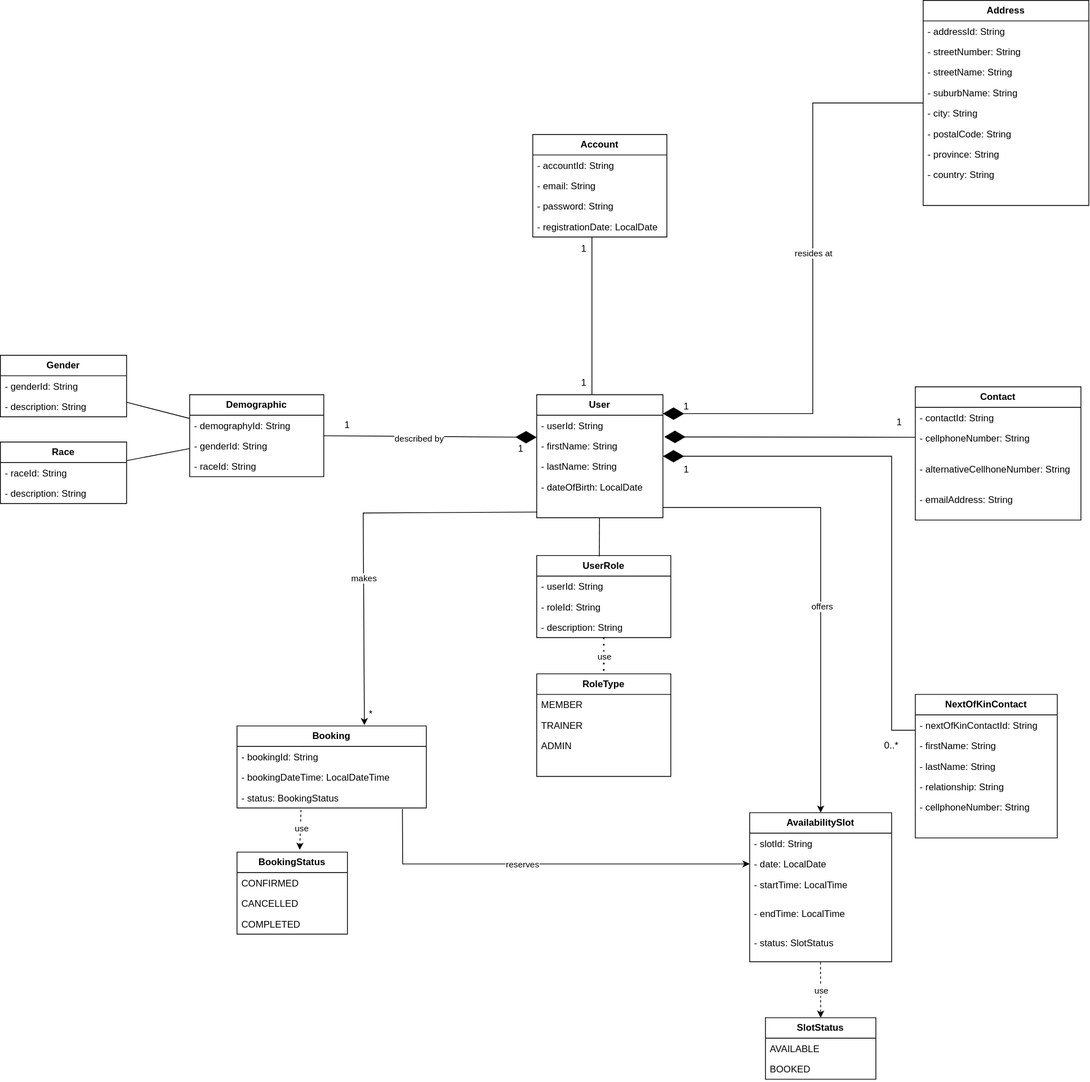
The draw.io diagram FitNova.drawio.svg in 220212317/FitNova, before a commit. Source tidied: cells renumbered, new cells last; positions are measured from the earlier drawing's top-left corner, leaving out a move shared by most shapes.
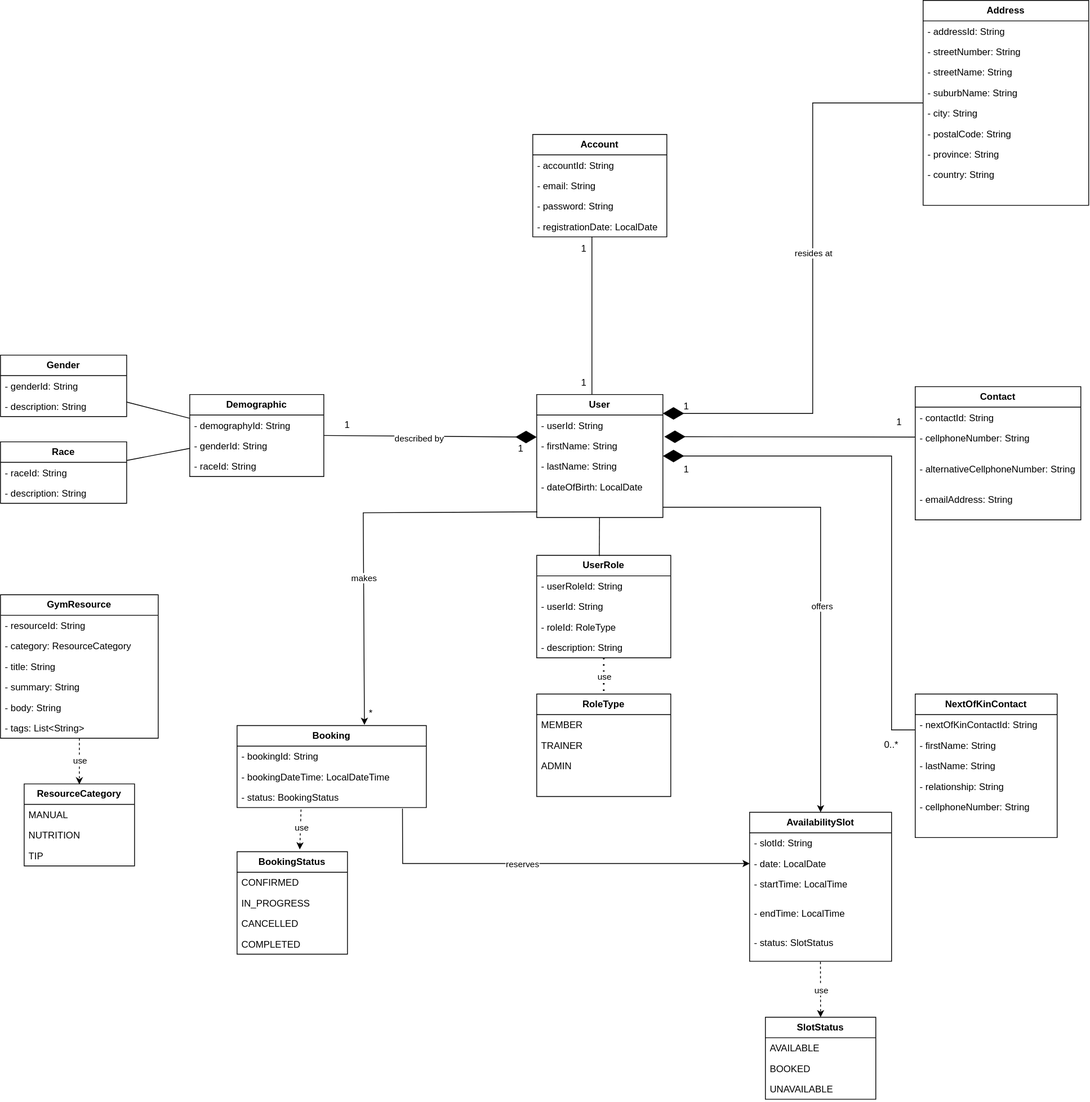
After the change.

Commit message:
update UMK class diagram

Change to the diagram source:
```diff
@@ -66,19 +66,22 @@
       <mxGeometry y="52" width="160" height="26" as="geometry" />
     </mxCell>
     <mxCell id="23" value="&lt;b&gt;UserRole&lt;/b&gt;" style="swimlane;fontStyle=0;horizontal=1;startSize=26;fillColor=none;whiteSpace=wrap;html=1;" parent="1" vertex="1">
-      <mxGeometry x="680" y="704" width="170" height="104" as="geometry" />
+      <mxGeometry x="680" y="704" width="170" height="130" as="geometry" />
     </mxCell>
+    <mxCell id="101" value="- userRoleId: String" style="text;strokeColor=none;fillColor=none;align=left;verticalAlign=top;spacingLeft=4;spacingRight=4;overflow=hidden;whiteSpace=wrap;html=1;" parent="23" vertex="1">
+      <mxGeometry y="26" width="170" height="26" as="geometry" />
+    </mxCell>
     <mxCell id="24" value="- userId: String" style="text;strokeColor=none;fillColor=none;align=left;verticalAlign=top;spacingLeft=4;spacingRight=4;overflow=hidden;whiteSpace=wrap;html=1;" parent="23" vertex="1">
-      <mxGeometry y="26" width="170" height="26" as="geometry" />
+      <mxGeometry y="52" width="170" height="26" as="geometry" />
     </mxCell>
-    <mxCell id="25" value="- roleId: String" style="text;strokeColor=none;fillColor=none;align=left;verticalAlign=top;spacingLeft=4;spacingRight=4;overflow=hidden;whiteSpace=wrap;html=1;" parent="23" vertex="1">
-      <mxGeometry y="52" width="170" height="26" as="geometry" />
+    <mxCell id="25" value="- roleId: RoleType" style="text;strokeColor=none;fillColor=none;align=left;verticalAlign=top;spacingLeft=4;spacingRight=4;overflow=hidden;whiteSpace=wrap;html=1;" parent="23" vertex="1">
+      <mxGeometry y="78" width="170" height="26" as="geometry" />
     </mxCell>
     <mxCell id="26" value="- description: String" style="text;strokeColor=none;fillColor=none;align=left;verticalAlign=top;spacingLeft=4;spacingRight=4;overflow=hidden;whiteSpace=wrap;html=1;" parent="23" vertex="1">
-      <mxGeometry y="78" width="170" height="26" as="geometry" />
+      <mxGeometry y="104" width="170" height="26" as="geometry" />
     </mxCell>
     <mxCell id="27" value="&lt;div&gt;&lt;b&gt;RoleType&lt;/b&gt;&lt;/div&gt;" style="swimlane;fontStyle=0;horizontal=1;startSize=26;fillColor=none;whiteSpace=wrap;html=1;" parent="1" vertex="1">
-      <mxGeometry x="680" y="854" width="170" height="130" as="geometry" />
+      <mxGeometry x="680" y="880" width="170" height="130" as="geometry" />
     </mxCell>
     <mxCell id="28" value="MEMBER" style="text;strokeColor=none;fillColor=none;align=left;verticalAlign=top;spacingLeft=4;spacingRight=4;overflow=hidden;whiteSpace=wrap;html=1;" parent="27" vertex="1">
       <mxGeometry y="26" width="170" height="26" as="geometry" />
@@ -98,7 +101,7 @@
     <mxCell id="33" value="- cellphoneNumber: String" style="text;strokeColor=none;fillColor=none;align=left;verticalAlign=top;spacingLeft=4;spacingRight=4;overflow=hidden;points=[[0,0.5],[1,0.5]];portConstraint=eastwest;whiteSpace=wrap;html=1;" parent="31" vertex="1">
       <mxGeometry y="52" width="210" height="39" as="geometry" />
     </mxCell>
-    <mxCell id="34" value="- alternativeCellhoneNumber: String&lt;div&gt;&lt;br&gt;&lt;/div&gt;&lt;div&gt;&lt;br&gt;&lt;/div&gt;&lt;div&gt;&lt;br&gt;&lt;/div&gt;" style="text;strokeColor=none;fillColor=none;align=left;verticalAlign=top;spacingLeft=4;spacingRight=4;overflow=hidden;whiteSpace=wrap;html=1;" parent="31" vertex="1">
+    <mxCell id="34" value="- alternativeCellphoneNumber: String&lt;div&gt;&lt;br&gt;&lt;/div&gt;&lt;div&gt;&lt;br&gt;&lt;/div&gt;&lt;div&gt;&lt;br&gt;&lt;/div&gt;" style="text;strokeColor=none;fillColor=none;align=left;verticalAlign=top;spacingLeft=4;spacingRight=4;overflow=hidden;whiteSpace=wrap;html=1;" parent="31" vertex="1">
       <mxGeometry y="91" width="210" height="39" as="geometry" />
     </mxCell>
     <mxCell id="35" value="- emailAddress: String&lt;div&gt;&lt;br&gt;&lt;/div&gt;&lt;div&gt;&lt;br&gt;&lt;/div&gt;&lt;div&gt;&lt;br&gt;&lt;/div&gt;" style="text;strokeColor=none;fillColor=none;align=left;verticalAlign=top;spacingLeft=4;spacingRight=4;overflow=hidden;whiteSpace=wrap;html=1;" parent="31" vertex="1">
@@ -168,16 +171,19 @@
       <mxGeometry y="78" width="240" height="26" as="geometry" />
     </mxCell>
     <mxCell id="57" value="&lt;div&gt;&lt;b&gt;BookingStatus&lt;/b&gt;&lt;/div&gt;" style="swimlane;fontStyle=0;horizontal=1;startSize=26;fillColor=none;whiteSpace=wrap;html=1;" parent="1" vertex="1">
-      <mxGeometry x="300" y="1080" width="140" height="104" as="geometry" />
+      <mxGeometry x="300" y="1080" width="140" height="130" as="geometry" />
     </mxCell>
     <mxCell id="58" value="CONFIRMED" style="text;strokeColor=none;fillColor=none;align=left;verticalAlign=top;spacingLeft=4;spacingRight=4;overflow=hidden;whiteSpace=wrap;html=1;" parent="57" vertex="1">
       <mxGeometry y="26" width="140" height="26" as="geometry" />
     </mxCell>
+    <mxCell id="102" value="IN_PROGRESS" style="text;strokeColor=none;fillColor=none;align=left;verticalAlign=top;spacingLeft=4;spacingRight=4;overflow=hidden;whiteSpace=wrap;html=1;" parent="57" vertex="1">
+      <mxGeometry y="52" width="140" height="26" as="geometry" />
+    </mxCell>
     <mxCell id="59" value="CANCELLED" style="text;strokeColor=none;fillColor=none;align=left;verticalAlign=top;spacingLeft=4;spacingRight=4;overflow=hidden;whiteSpace=wrap;html=1;" parent="57" vertex="1">
-      <mxGeometry y="52" width="140" height="26" as="geometry" />
+      <mxGeometry y="78" width="140" height="26" as="geometry" />
     </mxCell>
     <mxCell id="60" value="COMPLETED" style="text;strokeColor=none;fillColor=none;align=left;verticalAlign=top;spacingLeft=4;spacingRight=4;overflow=hidden;whiteSpace=wrap;html=1;" parent="57" vertex="1">
-      <mxGeometry y="78" width="140" height="26" as="geometry" />
+      <mxGeometry y="104" width="140" height="26" as="geometry" />
     </mxCell>
     <mxCell id="61" value="&lt;b&gt;AvailabilitySlot&lt;/b&gt;" style="swimlane;fontStyle=0;horizontal=1;startSize=26;fillColor=none;whiteSpace=wrap;html=1;" parent="1" vertex="1">
       <mxGeometry x="950" y="1030" width="180" height="189" as="geometry" />
@@ -198,7 +204,7 @@
       <mxGeometry y="152" width="180" height="37" as="geometry" />
     </mxCell>
     <mxCell id="67" value="&lt;b&gt;SlotStatus&lt;/b&gt;" style="swimlane;fontStyle=0;horizontal=1;startSize=26;fillColor=none;whiteSpace=wrap;html=1;" parent="1" vertex="1">
-      <mxGeometry x="970" y="1290" width="140" height="78" as="geometry" />
+      <mxGeometry x="970" y="1290" width="140" height="104" as="geometry" />
     </mxCell>
     <mxCell id="68" value="AVAILABLE" style="text;strokeColor=none;fillColor=none;align=left;verticalAlign=top;spacingLeft=4;spacingRight=4;overflow=hidden;whiteSpace=wrap;html=1;" parent="67" vertex="1">
       <mxGeometry y="26" width="140" height="26" as="geometry" />
@@ -206,6 +212,9 @@
     <mxCell id="69" value="BOOKED" style="text;strokeColor=none;fillColor=none;align=left;verticalAlign=top;spacingLeft=4;spacingRight=4;overflow=hidden;whiteSpace=wrap;html=1;" parent="67" vertex="1">
       <mxGeometry y="52" width="140" height="26" as="geometry" />
     </mxCell>
+    <mxCell id="103" value="UNAVAILABLE" style="text;strokeColor=none;fillColor=none;align=left;verticalAlign=top;spacingLeft=4;spacingRight=4;overflow=hidden;whiteSpace=wrap;html=1;" parent="67" vertex="1">
+      <mxGeometry y="78" width="140" height="26" as="geometry" />
+    </mxCell>
     <mxCell id="70" style="endArrow=none;html=1;rounded=0;" parent="1" edge="1">
       <mxGeometry relative="1" as="geometry">
         <mxPoint x="750" y="500" as="sourcePoint" />
@@ -328,5 +337,44 @@
     <mxCell id="100" value="reserves" style="edgeLabel;html=1;align=center;verticalAlign=middle;" parent="99" vertex="1">
       <mxGeometry x="-0.13" relative="1" as="geometry" />
     </mxCell>
+    <mxCell id="104" value="&lt;b&gt;GymResource&lt;/b&gt;" style="swimlane;fontStyle=0;horizontal=1;startSize=26;fillColor=none;whiteSpace=wrap;html=1;" parent="1" vertex="1">
+      <mxGeometry y="754" width="200" height="182" as="geometry" />
+    </mxCell>
+    <mxCell id="105" value="- resourceId: String" style="text;strokeColor=none;fillColor=none;align=left;verticalAlign=top;spacingLeft=4;spacingRight=4;overflow=hidden;whiteSpace=wrap;html=1;" parent="104" vertex="1">
+      <mxGeometry y="26" width="200" height="26" as="geometry" />
+    </mxCell>
+    <mxCell id="106" value="- category: ResourceCategory" style="text;strokeColor=none;fillColor=none;align=left;verticalAlign=top;spacingLeft=4;spacingRight=4;overflow=hidden;whiteSpace=wrap;html=1;" parent="104" vertex="1">
+      <mxGeometry y="52" width="200" height="26" as="geometry" />
+    </mxCell>
+    <mxCell id="107" value="- title: String" style="text;strokeColor=none;fillColor=none;align=left;verticalAlign=top;spacingLeft=4;spacingRight=4;overflow=hidden;whiteSpace=wrap;html=1;" parent="104" vertex="1">
+      <mxGeometry y="78" width="200" height="26" as="geometry" />
+    </mxCell>
+    <mxCell id="108" value="- summary: String" style="text;strokeColor=none;fillColor=none;align=left;verticalAlign=top;spacingLeft=4;spacingRight=4;overflow=hidden;whiteSpace=wrap;html=1;" parent="104" vertex="1">
+      <mxGeometry y="104" width="200" height="26" as="geometry" />
+    </mxCell>
+    <mxCell id="109" value="- body: String" style="text;strokeColor=none;fillColor=none;align=left;verticalAlign=top;spacingLeft=4;spacingRight=4;overflow=hidden;whiteSpace=wrap;html=1;" parent="104" vertex="1">
+      <mxGeometry y="130" width="200" height="26" as="geometry" />
+    </mxCell>
+    <mxCell id="110" value="- tags: List&amp;lt;String&amp;gt;" style="text;strokeColor=none;fillColor=none;align=left;verticalAlign=top;spacingLeft=4;spacingRight=4;overflow=hidden;whiteSpace=wrap;html=1;" parent="104" vertex="1">
+      <mxGeometry y="156" width="200" height="26" as="geometry" />
+    </mxCell>
+    <mxCell id="111" value="&lt;b&gt;ResourceCategory&lt;/b&gt;" style="swimlane;fontStyle=0;horizontal=1;startSize=26;fillColor=none;whiteSpace=wrap;html=1;" parent="1" vertex="1">
+      <mxGeometry x="30" y="994" width="140" height="104" as="geometry" />
+    </mxCell>
+    <mxCell id="112" value="MANUAL" style="text;strokeColor=none;fillColor=none;align=left;verticalAlign=top;spacingLeft=4;spacingRight=4;overflow=hidden;whiteSpace=wrap;html=1;" parent="111" vertex="1">
+      <mxGeometry y="26" width="140" height="26" as="geometry" />
+    </mxCell>
+    <mxCell id="113" value="NUTRITION" style="text;strokeColor=none;fillColor=none;align=left;verticalAlign=top;spacingLeft=4;spacingRight=4;overflow=hidden;whiteSpace=wrap;html=1;" parent="111" vertex="1">
+      <mxGeometry y="52" width="140" height="26" as="geometry" />
+    </mxCell>
+    <mxCell id="114" value="TIP" style="text;strokeColor=none;fillColor=none;align=left;verticalAlign=top;spacingLeft=4;spacingRight=4;overflow=hidden;whiteSpace=wrap;html=1;" parent="111" vertex="1">
+      <mxGeometry y="78" width="140" height="26" as="geometry" />
+    </mxCell>
+    <mxCell id="115" style="endArrow=classic;dashed=1;html=1;rounded=0;startArrow=none;startFill=0;endFill=1;" parent="1" edge="1" source="104" target="111">
+      <mxGeometry relative="1" as="geometry" />
+    </mxCell>
+    <mxCell id="116" value="use" style="edgeLabel;html=1;align=center;verticalAlign=middle;" parent="115" vertex="1">
+      <mxGeometry relative="1" as="geometry" />
+    </mxCell>
   </root>
 </mxGraphModel>
```
